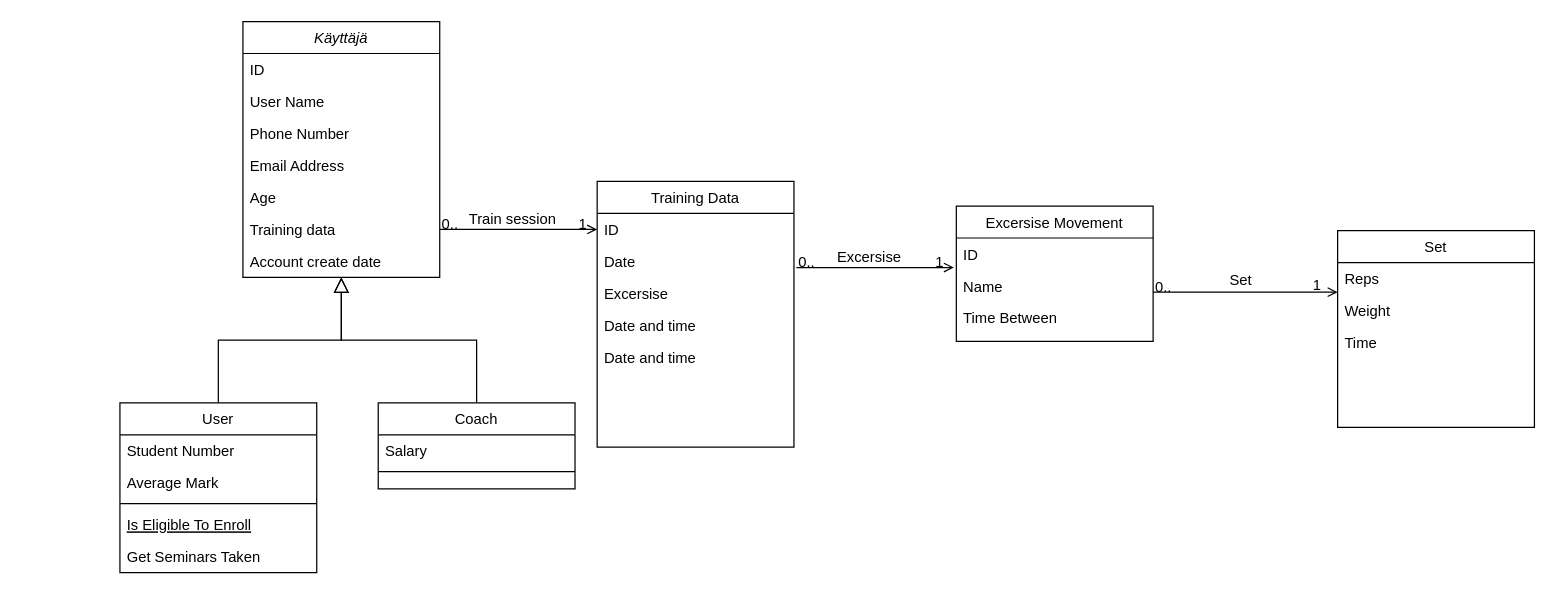
Above: diagrams/class-diagram.drawio in Masuxd/TrainingTracker (draw.io), before the change. Source tidied: cells renumbered, new cells numbered last; positions are measured from the earlier drawing's top-left corner, leaving out a move shared by most shapes. Both pictures are drawn from the tidied source at 123%, with x=0, y=0 at pixel (119, 21).
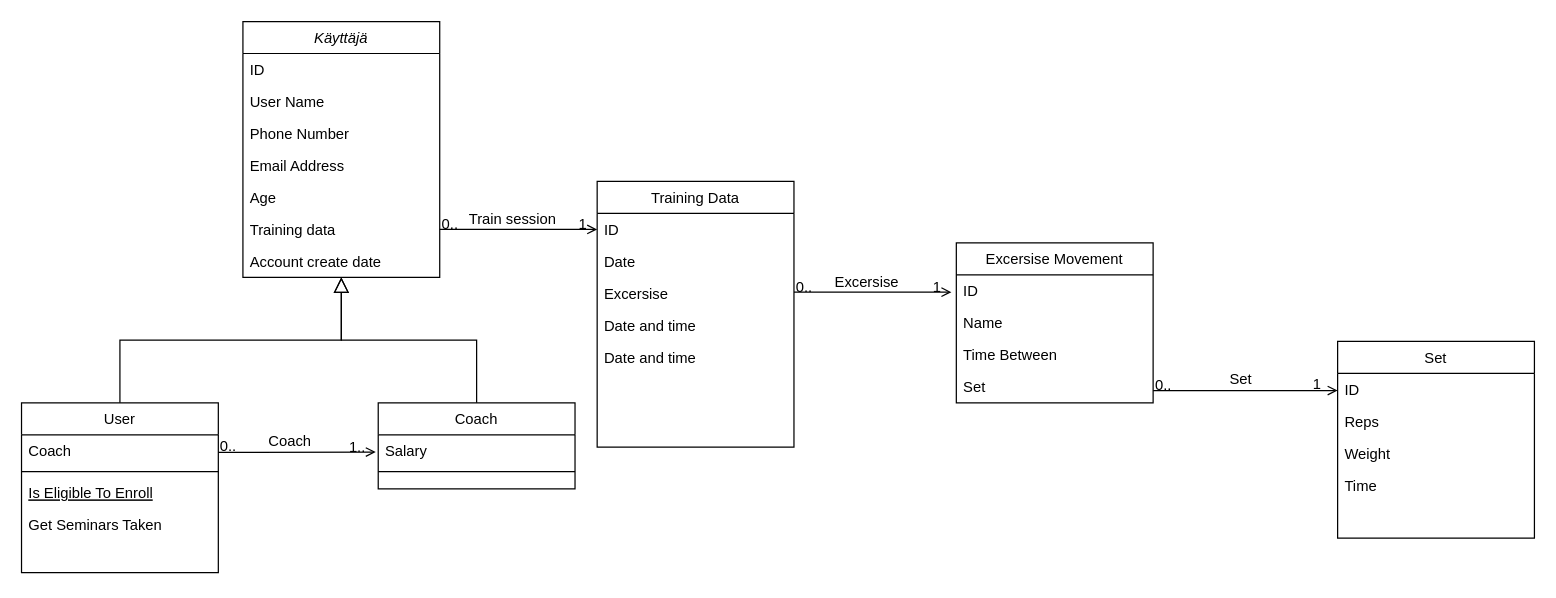
The same page after the edit.

Commit message:
updated class-diagram

What changed in the source:
```diff
@@
     <mxCell id="10" value="User" style="swimlane;fontStyle=0;align=center;verticalAlign=top;horizontal=1;startSize=26;rounded=0;shadow=0;strokeWidth=1;" parent="1" vertex="1">
-      <mxGeometry y="310" width="160" height="138" as="geometry" />
+      <mxGeometry x="-80" y="310" width="160" height="138" as="geometry" />
     </mxCell>
-    <mxCell id="11" value="Student Number" style="text;align=left;verticalAlign=top;spacingLeft=4;spacingRight=4;overflow=hidden;" parent="10" vertex="1">
+    <mxCell id="11" value="Coach" style="text;align=left;verticalAlign=top;spacingLeft=4;spacingRight=4;overflow=hidden;" parent="10" vertex="1">
       <mxGeometry y="26" width="160" height="26" as="geometry" />
     </mxCell>
-    <mxCell id="12" value="Average Mark" style="text;align=left;verticalAlign=top;spacingLeft=4;spacingRight=4;overflow=hidden;rounded=0;shadow=0;html=0;" parent="10" vertex="1">
-      <mxGeometry y="52" width="160" height="26" as="geometry" />
-    </mxCell>
     <mxCell id="13" style="line;html=1;strokeWidth=1;align=left;verticalAlign=middle;spacingTop=-1;spacingLeft=3;spacingRight=3;labelPosition=right;" parent="10" vertex="1">
-      <mxGeometry y="78" width="160" height="8" as="geometry" />
+      <mxGeometry y="52" width="160" height="8" as="geometry" />
     </mxCell>
     <mxCell id="14" value="Is Eligible To Enroll" style="text;align=left;verticalAlign=top;spacingLeft=4;spacingRight=4;overflow=hidden;fontStyle=4;" parent="10" vertex="1">
-      <mxGeometry y="86" width="160" height="26" as="geometry" />
+      <mxGeometry y="60" width="160" height="26" as="geometry" />
     </mxCell>
     <mxCell id="15" value="Get Seminars Taken" style="text;align=left;verticalAlign=top;spacingLeft=4;spacingRight=4;overflow=hidden;" parent="10" vertex="1">
-      <mxGeometry y="112" width="160" height="26" as="geometry" />
+      <mxGeometry y="86" width="160" height="26" as="geometry" />
     </mxCell>
@@
     <mxCell id="31" value="Excersise Movement" style="swimlane;fontStyle=0;align=center;verticalAlign=top;horizontal=1;startSize=26;rounded=0;shadow=0;strokeWidth=1;" parent="1" vertex="1">
-      <mxGeometry x="680" y="150" width="160" height="110" as="geometry" />
+      <mxGeometry x="680" y="180" width="160" height="130" as="geometry" />
     </mxCell>
@@
+    <mxCell id="47" value="Set" style="text;align=left;verticalAlign=top;spacingLeft=4;spacingRight=4;overflow=hidden;rounded=0;shadow=0;html=0;" parent="31" vertex="1">
+      <mxGeometry y="104" width="160" height="26" as="geometry" />
+    </mxCell>
     <mxCell id="35" style="endArrow=open;shadow=0;strokeWidth=1;rounded=0;curved=0;endFill=1;edgeStyle=elbowEdgeStyle;elbow=vertical;" parent="1" edge="1">
       <mxGeometry x="0.5" y="41" relative="1" as="geometry">
-        <mxPoint x="550" y="200" as="sourcePoint" />
-        <mxPoint x="678" y="200" as="targetPoint" />
+        <mxPoint x="548" y="220" as="sourcePoint" />
+        <mxPoint x="676" y="220" as="targetPoint" />
         <mxPoint x="-40" y="32" as="offset" />
       </mxGeometry>
     </mxCell>
@@
     <mxCell id="39" value="Set" style="swimlane;fontStyle=0;align=center;verticalAlign=top;horizontal=1;startSize=26;rounded=0;shadow=0;strokeWidth=1;" parent="1" vertex="1">
-      <mxGeometry x="990" y="170" width="160" height="160" as="geometry" />
+      <mxGeometry x="990" y="260" width="160" height="160" as="geometry" />
     </mxCell>
+    <mxCell id="48" value="ID" style="text;align=left;verticalAlign=top;spacingLeft=4;spacingRight=4;overflow=hidden;rounded=0;shadow=0;html=0;" parent="39" vertex="1">
+      <mxGeometry y="26" width="160" height="26" as="geometry" />
+    </mxCell>
     <mxCell id="40" value="Reps" style="text;align=left;verticalAlign=top;spacingLeft=4;spacingRight=4;overflow=hidden;rounded=0;shadow=0;html=0;" parent="39" vertex="1">
-      <mxGeometry y="26" width="160" height="26" as="geometry" />
+      <mxGeometry y="52" width="160" height="26" as="geometry" />
     </mxCell>
     <mxCell id="41" value="Weight" style="text;align=left;verticalAlign=top;spacingLeft=4;spacingRight=4;overflow=hidden;rounded=0;shadow=0;html=0;" parent="39" vertex="1">
-      <mxGeometry y="52" width="160" height="26" as="geometry" />
+      <mxGeometry y="78" width="160" height="26" as="geometry" />
     </mxCell>
     <mxCell id="42" value="Time" style="text;align=left;verticalAlign=top;spacingLeft=4;spacingRight=4;overflow=hidden;rounded=0;shadow=0;html=0;" parent="39" vertex="1">
-      <mxGeometry y="78" width="160" height="26" as="geometry" />
+      <mxGeometry y="104" width="160" height="26" as="geometry" />
     </mxCell>
     <mxCell id="43" style="endArrow=open;shadow=0;strokeWidth=1;rounded=0;curved=0;endFill=1;edgeStyle=elbowEdgeStyle;elbow=vertical;" parent="1" edge="1">
       <mxGeometry x="0.5" y="41" relative="1" as="geometry">
-        <mxPoint x="840" y="220" as="sourcePoint" />
-        <mxPoint x="990" y="220" as="targetPoint" />
+        <mxPoint x="840" y="300" as="sourcePoint" />
+        <mxPoint x="990" y="300" as="targetPoint" />
         <mxPoint x="-40" y="32" as="offset" />
       </mxGeometry>
     </mxCell>
@@
+    <mxCell id="49" style="endArrow=open;shadow=0;strokeWidth=1;rounded=0;curved=0;endFill=1;edgeStyle=elbowEdgeStyle;elbow=vertical;" parent="1" edge="1">
+      <mxGeometry x="0.5" y="41" relative="1" as="geometry">
+        <mxPoint x="80" y="350.3" as="sourcePoint" />
+        <mxPoint x="208" y="350.3" as="targetPoint" />
+        <mxPoint x="-40" y="32" as="offset" />
+      </mxGeometry>
+    </mxCell>
+    <mxCell id="50" value="0.." style="align=left;verticalAlign=bottom;labelBackgroundColor=none;fontSize=12;" parent="49" vertex="1">
+      <mxGeometry x="-1" relative="1" as="geometry">
+        <mxPoint y="4" as="offset" />
+      </mxGeometry>
+    </mxCell>
+    <mxCell id="51" value="1.." style="align=right;verticalAlign=bottom;labelBackgroundColor=none;fontSize=12;" parent="49" vertex="1">
+      <mxGeometry x="1" relative="1" as="geometry">
+        <mxPoint x="-7" y="4" as="offset" />
+      </mxGeometry>
+    </mxCell>
+    <mxCell id="52" value="Coach" style="text;html=1;align=center;verticalAlign=middle;labelBackgroundColor=none;rounded=0;shadow=0;strokeWidth=1;fontSize=12;" parent="49" vertex="1">
+      <mxGeometry x="0.5" y="49" relative="1" as="geometry">
+        <mxPoint x="-38" y="40" as="offset" />
+      </mxGeometry>
+    </mxCell>
```
